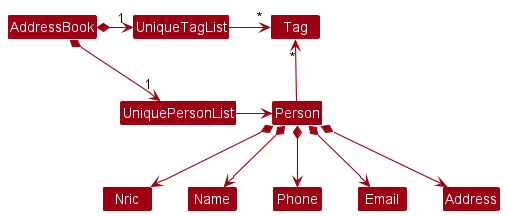
The PlantUML diagram docs/images/BetterNricModelClassDiagram.png in nus-cs2103-AY2223S2/tp, before a commit. The source it was exported from:
```plantuml
@startuml
!include style.puml
skinparam arrowThickness 1.1
skinparam arrowColor MODEL_COLOR
skinparam classBackgroundColor MODEL_COLOR

AddressBook *-right-> "1" UniquePersonList
AddressBook *-right-> "1" UniqueTagList
UniqueTagList -[hidden]down- UniquePersonList
UniqueTagList -[hidden]down- UniquePersonList

UniqueTagList -right-> "*" Tag
UniquePersonList -right-> Person

Person -up-> "*" Tag

Person *--> Nric
Person *--> Name
Person *--> Phone
Person *--> Email
Person *--> Address
@enduml
```
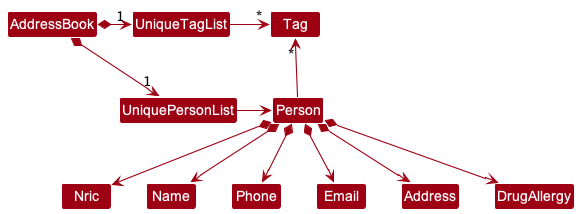
After the commit.

What changed in the source:
```diff
@@ -19,4 +19,5 @@
 Person *--> Phone
 Person *--> Email
 Person *--> Address
+Person *--> DrugAllergy
 @enduml
```
